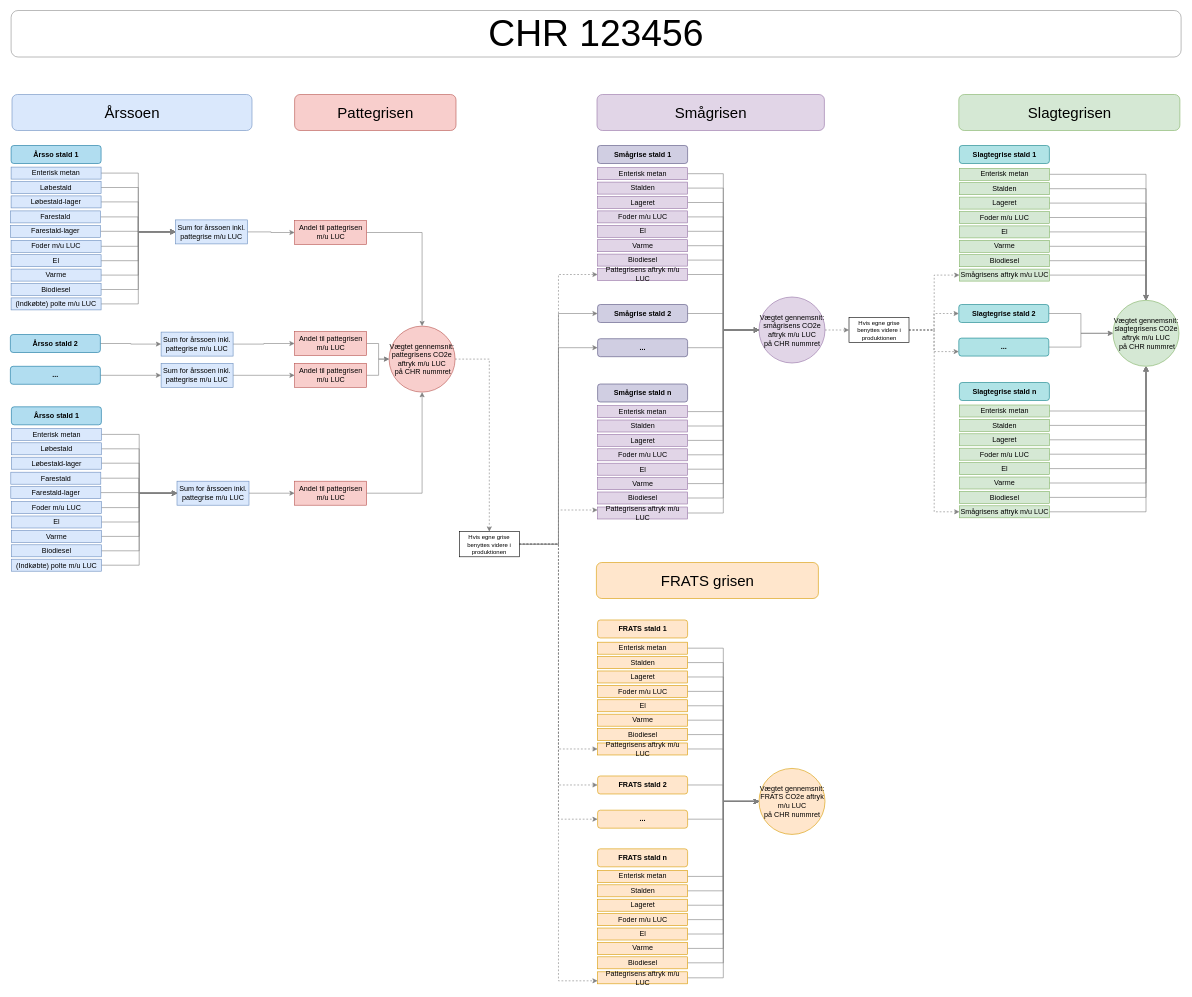
Before: Produktaftryk_calculation_flowchart.drawio in segesdk/SAF_dokumentation, a draw.io diagram. Source tidied: cells renumbered, new cells numbered last; positions are measured from the earlier drawing's top-left corner, leaving out a move shared by most shapes. Both pictures are drawn from the tidied source at 60%, with x=0, y=0 at pixel (10, 10).
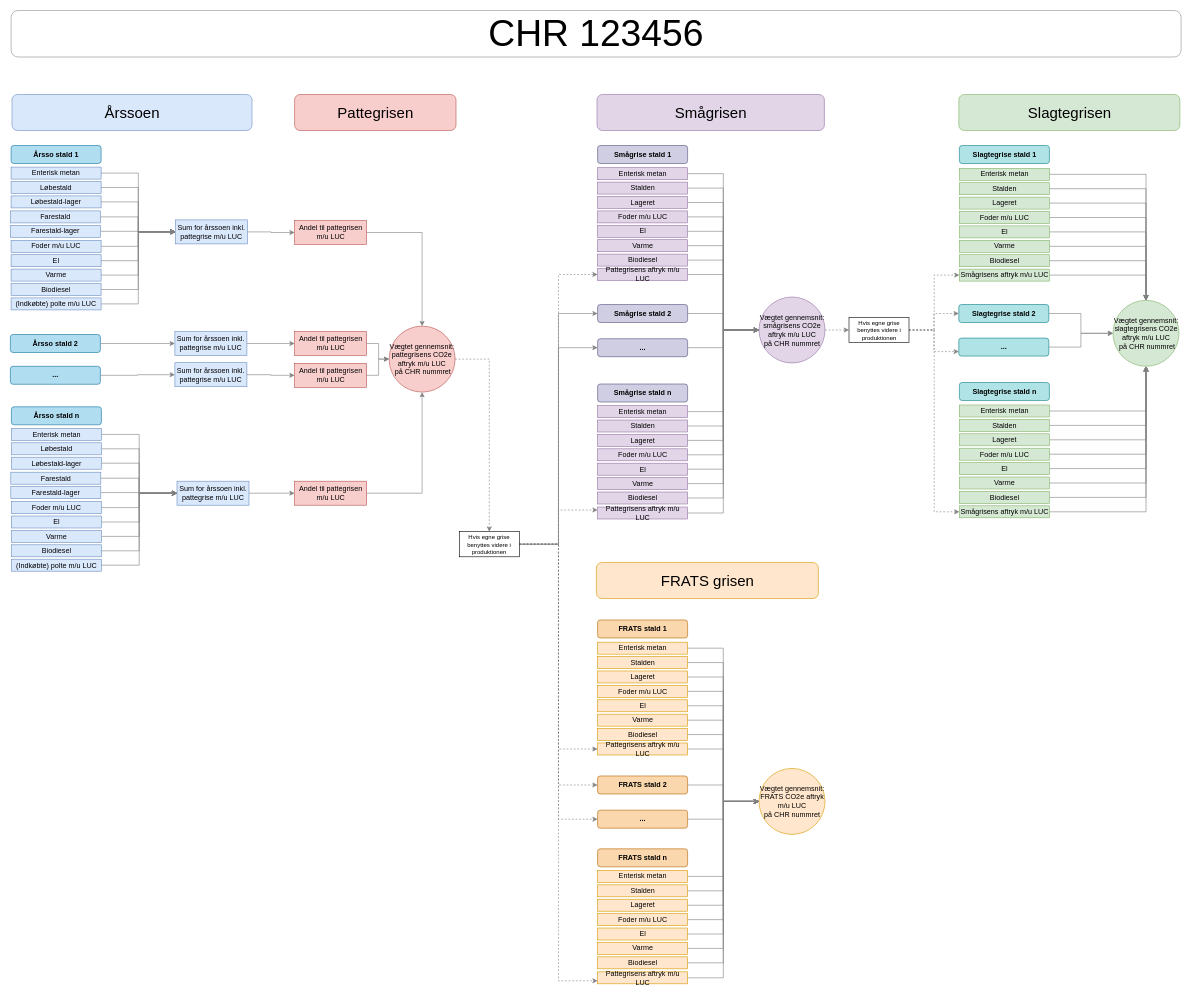
The same page after the edit.

Change to the diagram source:
```diff
@@
     <mxCell id="125" value="Sum for årssoen inkl. pattegrise m/u LUC" style="rounded=0;whiteSpace=wrap;html=1;fillColor=#dae8fc;strokeColor=#6c8ebf;" parent="1" vertex="1">
-      <mxGeometry x="251" y="536" width="120" height="40" as="geometry" />
+      <mxGeometry x="274" y="535" width="120" height="40" as="geometry" />
     </mxCell>
@@
     <mxCell id="127" value="Sum for årssoen inkl. pattegrise m/u LUC" style="rounded=0;whiteSpace=wrap;html=1;fillColor=#dae8fc;strokeColor=#6c8ebf;" parent="1" vertex="1">
-      <mxGeometry x="251" y="588" width="120" height="40" as="geometry" />
+      <mxGeometry x="274" y="587" width="120" height="40" as="geometry" />
     </mxCell>
@@
-    <mxCell id="171" value="FRATS stald 1" style="rounded=1;whiteSpace=wrap;html=1;fillColor=#ffe6cc;rotation=0;strokeColor=#d79b00;fontStyle=1;" parent="1" vertex="1">
+    <mxCell id="171" value="FRATS stald 1" style="rounded=1;whiteSpace=wrap;html=1;fillColor=#fad7ac;rotation=0;strokeColor=#b46504;fontStyle=1;" parent="1" vertex="1">
       <mxGeometry x="978.5" y="1015.8" width="150" height="30" as="geometry" />
     </mxCell>
-    <mxCell id="172" value="FRATS stald n" style="rounded=1;whiteSpace=wrap;html=1;fillColor=#ffe6cc;rotation=0;strokeColor=#d79b00;fontStyle=1;" parent="1" vertex="1">
+    <mxCell id="172" value="FRATS stald n" style="rounded=1;whiteSpace=wrap;html=1;fillColor=#fad7ac;rotation=0;strokeColor=#b46504;fontStyle=1;" parent="1" vertex="1">
       <mxGeometry x="978.5" y="1397.2" width="150" height="30" as="geometry" />
     </mxCell>
@@
-    <mxCell id="174" value="FRATS stald 2" style="rounded=1;whiteSpace=wrap;html=1;fillColor=#ffe6cc;rotation=0;strokeColor=#d79b00;fontStyle=1;" parent="1" vertex="1">
+    <mxCell id="174" value="FRATS stald 2" style="rounded=1;whiteSpace=wrap;html=1;fillColor=#fad7ac;rotation=0;strokeColor=#b46504;fontStyle=1;" parent="1" vertex="1">
       <mxGeometry x="978.5" y="1275.8" width="150" height="30" as="geometry" />
     </mxCell>
@@
-    <mxCell id="176" value="..." style="rounded=1;whiteSpace=wrap;html=1;fillColor=#ffe6cc;rotation=0;strokeColor=#d79b00;fontStyle=1;" parent="1" vertex="1">
+    <mxCell id="176" value="..." style="rounded=1;whiteSpace=wrap;html=1;fillColor=#fad7ac;rotation=0;strokeColor=#b46504;fontStyle=1;" parent="1" vertex="1">
       <mxGeometry x="978.5" y="1332.8" width="150" height="30" as="geometry" />
     </mxCell>
@@
-    <mxCell id="197" value="Årsso stald 1" style="rounded=1;whiteSpace=wrap;html=1;fillColor=#b1ddf0;rotation=0;strokeColor=#10739e;fontStyle=1;" parent="1" vertex="1">
+    <mxCell id="197" value="Årsso stald n" style="rounded=1;whiteSpace=wrap;html=1;fillColor=#b1ddf0;rotation=0;strokeColor=#10739e;fontStyle=1;" parent="1" vertex="1">
       <mxGeometry x="1.5" y="660.5" width="150" height="30" as="geometry" />
     </mxCell>
```
